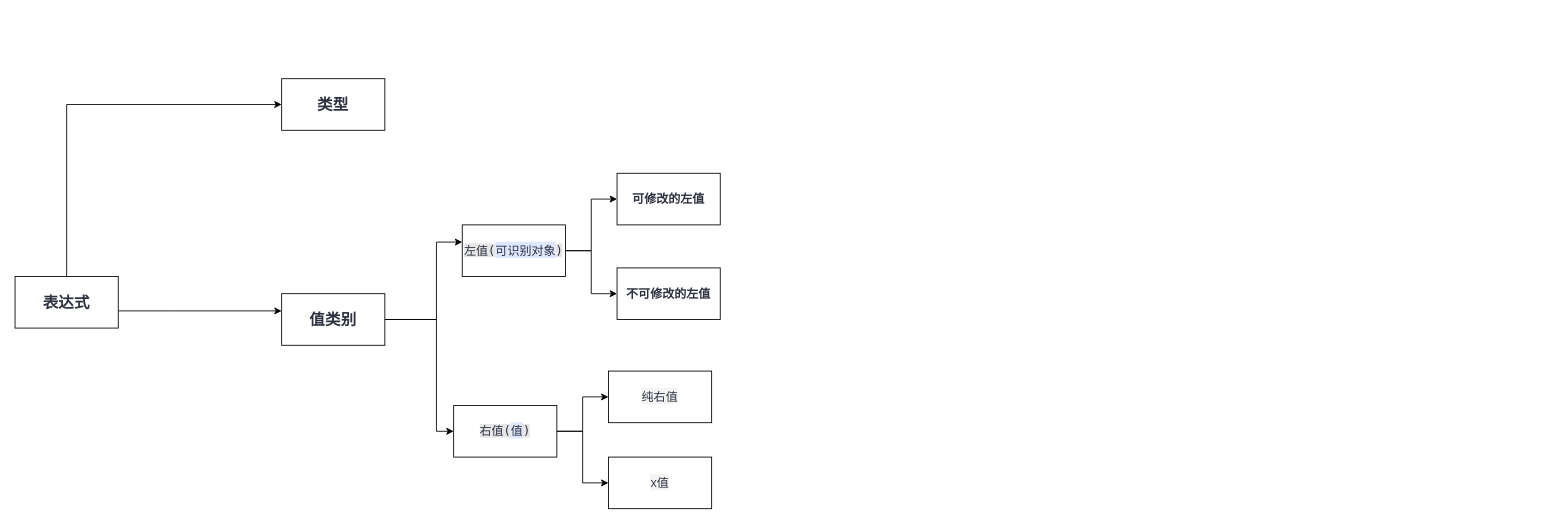
Before: C++学习笔记.drawio in hoyeziyu/Hello_World, a draw.io diagram. Source tidied: cells renumbered, new cells numbered last; positions are measured from the earlier drawing's top-left corner, leaving out a move shared by most shapes. Both pictures are drawn from the tidied source at 86%, with x=0, y=0 at pixel (15, 78).
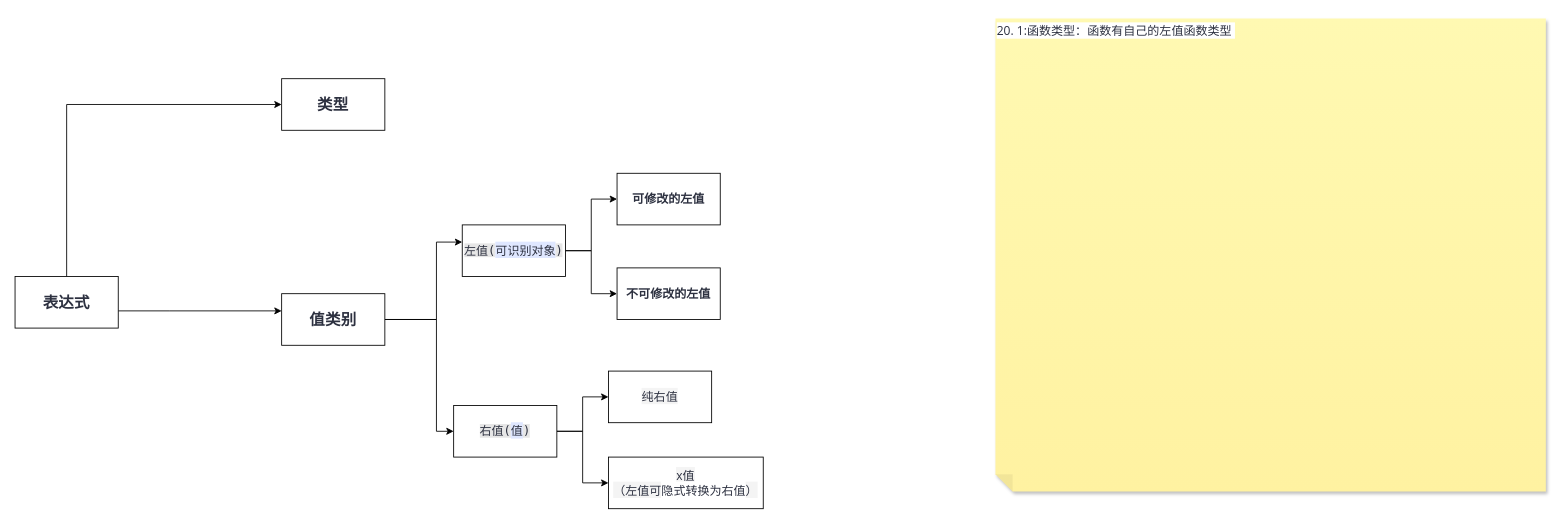
After the change.

Commit message:
更新C++学习笔记.drawio

The edit, as a diff of the source:
```diff
@@
-    <mxCell id="18" value="&lt;span style=&quot;color: rgb(45, 49, 64); font-family: &amp;quot;Open Sans&amp;quot;; font-size: 14px; text-align: start; background-color: rgb(244, 244, 244);&quot;&gt;x值&lt;/span&gt;" style="rounded=0;whiteSpace=wrap;html=1;" parent="1" vertex="1">
-      <mxGeometry x="690" y="440" width="120" height="60" as="geometry" />
+    <mxCell id="18" value="&lt;span style=&quot;color: rgb(45, 49, 64); font-family: &amp;quot;Open Sans&amp;quot;; font-size: 14px; text-align: start; background-color: rgb(244, 244, 244);&quot;&gt;x值&lt;/span&gt;&lt;div&gt;&lt;span style=&quot;color: rgb(45, 49, 64); font-family: &amp;quot;Open Sans&amp;quot;; font-size: 14px; text-align: start; background-color: rgb(244, 244, 244);&quot;&gt;（左值可&lt;/span&gt;&lt;span style=&quot;background-color: rgb(255, 255, 255); color: rgb(45, 49, 64); font-family: &amp;quot;Open Sans&amp;quot;; font-size: 14px; text-align: start;&quot;&gt;隐式转换为右值&lt;/span&gt;&lt;span style=&quot;background-color: rgb(244, 244, 244); color: rgb(45, 49, 64); font-family: &amp;quot;Open Sans&amp;quot;; font-size: 14px; text-align: start;&quot;&gt;）&lt;/span&gt;&lt;/div&gt;" style="rounded=0;whiteSpace=wrap;html=1;" parent="1" vertex="1">
+      <mxGeometry x="690" y="440" width="180" height="60" as="geometry" />
     </mxCell>
+    <mxCell id="19" value="&lt;span style=&quot;color: rgb(45, 49, 64); font-family: &amp;quot;Open Sans&amp;quot;; font-size: 14px; background-color: rgb(255, 255, 255);&quot;&gt;20. 1:函数类型：函数有自己的左值函数类型&amp;nbsp;&lt;/span&gt;" style="shape=note;whiteSpace=wrap;html=1;backgroundOutline=1;fontColor=#000000;darkOpacity=0.05;fillColor=#FFF9B2;strokeColor=none;fillStyle=solid;direction=west;gradientDirection=north;gradientColor=#FFF2A1;shadow=1;size=20;align=left;horizontal=1;verticalAlign=top;" parent="1" vertex="1">
+      <mxGeometry x="1140" y="-70" width="640" height="550" as="geometry" />
+    </mxCell>
```
